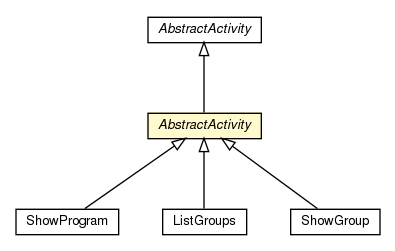
Above: apidocs/hu/sch/kfc/client/activity/AbstractActivity.png in messo/KFC (Graphviz), before the change. Its source is kept beside it as apidocs/hu/sch/kfc/client/activity/AbstractActivity.dot. Its diagram source:
```dot

digraph G {
	edge [fontname="Helvetica",fontsize=10,labelfontname="Helvetica",labelfontsize=10];
	node [fontname="Helvetica",fontsize=10,shape=plaintext];
	nodesep=0.25;
	ranksep=0.5;
	c1744 [label=<<table title="hu.sch.kfc.client.activity.ShowProgram" border="0" cellborder="1" cellspacing="0" cellpadding="2" port="p" href="./ShowProgram.html">
		<tr><td><table border="0" cellspacing="0" cellpadding="1">
<tr><td align="center" balign="center"> ShowProgram </td></tr>
		</table></td></tr>
		</table>>, URL="./ShowProgram.html", fontname="Helvetica", fontcolor="black", fontsize=10.0];
	c1745 [label=<<table title="hu.sch.kfc.client.activity.AbstractActivity" border="0" cellborder="1" cellspacing="0" cellpadding="2" port="p" bgcolor="lemonChiffon" href="./AbstractActivity.html">
		<tr><td><table border="0" cellspacing="0" cellpadding="1">
<tr><td align="center" balign="center"><font face="Helvetica-Oblique"> AbstractActivity </font></td></tr>
		</table></td></tr>
		</table>>, URL="./AbstractActivity.html", fontname="Helvetica", fontcolor="black", fontsize=10.0];
	c1748 [label=<<table title="hu.sch.kfc.client.activity.ListGroups" border="0" cellborder="1" cellspacing="0" cellpadding="2" port="p" href="./ListGroups.html">
		<tr><td><table border="0" cellspacing="0" cellpadding="1">
<tr><td align="center" balign="center"> ListGroups </td></tr>
		</table></td></tr>
		</table>>, URL="./ListGroups.html", fontname="Helvetica", fontcolor="black", fontsize=10.0];
	c1751 [label=<<table title="hu.sch.kfc.client.activity.ShowGroup" border="0" cellborder="1" cellspacing="0" cellpadding="2" port="p" href="./ShowGroup.html">
		<tr><td><table border="0" cellspacing="0" cellpadding="1">
<tr><td align="center" balign="center"> ShowGroup </td></tr>
		</table></td></tr>
		</table>>, URL="./ShowGroup.html", fontname="Helvetica", fontcolor="black", fontsize=10.0];
	c1745:p -> c1744:p [dir=back,arrowtail=empty];
	c1882:p -> c1745:p [dir=back,arrowtail=empty];
	c1745:p -> c1748:p [dir=back,arrowtail=empty];
	c1745:p -> c1751:p [dir=back,arrowtail=empty];
	c1882 [label=<<table title="com.google.gwt.activity.shared.AbstractActivity" border="0" cellborder="1" cellspacing="0" cellpadding="2" port="p" href="http://java.sun.com/j2se/1.4.2/docs/api/com/google/gwt/activity/shared/AbstractActivity.html">
		<tr><td><table border="0" cellspacing="0" cellpadding="1">
<tr><td align="center" balign="center"><font face="Helvetica-Oblique"> AbstractActivity </font></td></tr>
		</table></td></tr>
		</table>>, URL="http://java.sun.com/j2se/1.4.2/docs/api/com/google/gwt/activity/shared/AbstractActivity.html", fontname="Helvetica", fontcolor="black", fontsize=10.0];
}
```
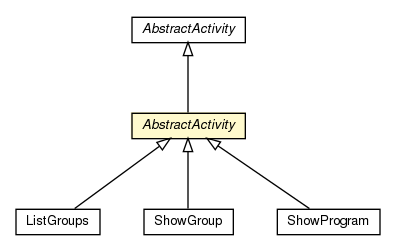
After the commit.

What changed in the source:
```diff
@@ -4,33 +4,33 @@
 	node [fontname="Helvetica",fontsize=10,shape=plaintext];
 	nodesep=0.25;
 	ranksep=0.5;
-	c1744 [label=<<table title="hu.sch.kfc.client.activity.ShowProgram" border="0" cellborder="1" cellspacing="0" cellpadding="2" port="p" href="./ShowProgram.html">
+	c1745 [label=<<table title="hu.sch.kfc.client.activity.ListGroups" border="0" cellborder="1" cellspacing="0" cellpadding="2" port="p" href="./ListGroups.html">
+		<tr><td><table border="0" cellspacing="0" cellpadding="1">
+<tr><td align="center" balign="center"> ListGroups </td></tr>
+		</table></td></tr>
+		</table>>, URL="./ListGroups.html", fontname="Helvetica", fontcolor="black", fontsize=10.0];
+	c1748 [label=<<table title="hu.sch.kfc.client.activity.ShowGroup" border="0" cellborder="1" cellspacing="0" cellpadding="2" port="p" href="./ShowGroup.html">
+		<tr><td><table border="0" cellspacing="0" cellpadding="1">
+<tr><td align="center" balign="center"> ShowGroup </td></tr>
+		</table></td></tr>
+		</table>>, URL="./ShowGroup.html", fontname="Helvetica", fontcolor="black", fontsize=10.0];
+	c1752 [label=<<table title="hu.sch.kfc.client.activity.AbstractActivity" border="0" cellborder="1" cellspacing="0" cellpadding="2" port="p" bgcolor="lemonChiffon" href="./AbstractActivity.html">
+		<tr><td><table border="0" cellspacing="0" cellpadding="1">
+<tr><td align="center" balign="center"><font face="Helvetica-Oblique"> AbstractActivity </font></td></tr>
+		</table></td></tr>
+		</table>>, URL="./AbstractActivity.html", fontname="Helvetica", fontcolor="black", fontsize=10.0];
+	c1754 [label=<<table title="hu.sch.kfc.client.activity.ShowProgram" border="0" cellborder="1" cellspacing="0" cellpadding="2" port="p" href="./ShowProgram.html">
 		<tr><td><table border="0" cellspacing="0" cellpadding="1">
 <tr><td align="center" balign="center"> ShowProgram </td></tr>
 		</table></td></tr>
 		</table>>, URL="./ShowProgram.html", fontname="Helvetica", fontcolor="black", fontsize=10.0];
-	c1745 [label=<<table title="hu.sch.kfc.client.activity.AbstractActivity" border="0" cellborder="1" cellspacing="0" cellpadding="2" port="p" bgcolor="lemonChiffon" href="./AbstractActivity.html">
+	c1752:p -> c1745:p [dir=back,arrowtail=empty];
+	c1752:p -> c1748:p [dir=back,arrowtail=empty];
+	c1882:p -> c1752:p [dir=back,arrowtail=empty];
+	c1752:p -> c1754:p [dir=back,arrowtail=empty];
+	c1882 [label=<<table title="com.google.gwt.activity.shared.AbstractActivity" border="0" cellborder="1" cellspacing="0" cellpadding="2" port="p">
 		<tr><td><table border="0" cellspacing="0" cellpadding="1">
 <tr><td align="center" balign="center"><font face="Helvetica-Oblique"> AbstractActivity </font></td></tr>
 		</table></td></tr>
-		</table>>, URL="./AbstractActivity.html", fontname="Helvetica", fontcolor="black", fontsize=10.0];
-	c1748 [label=<<table title="hu.sch.kfc.client.activity.ListGroups" border="0" cellborder="1" cellspacing="0" cellpadding="2" port="p" href="./ListGroups.html">
-		<tr><td><table border="0" cellspacing="0" cellpadding="1">
-<tr><td align="center" balign="center"> ListGroups </td></tr>
-		</table></td></tr>
-		</table>>, URL="./ListGroups.html", fontname="Helvetica", fontcolor="black", fontsize=10.0];
-	c1751 [label=<<table title="hu.sch.kfc.client.activity.ShowGroup" border="0" cellborder="1" cellspacing="0" cellpadding="2" port="p" href="./ShowGroup.html">
-		<tr><td><table border="0" cellspacing="0" cellpadding="1">
-<tr><td align="center" balign="center"> ShowGroup </td></tr>
-		</table></td></tr>
-		</table>>, URL="./ShowGroup.html", fontname="Helvetica", fontcolor="black", fontsize=10.0];
-	c1745:p -> c1744:p [dir=back,arrowtail=empty];
-	c1882:p -> c1745:p [dir=back,arrowtail=empty];
-	c1745:p -> c1748:p [dir=back,arrowtail=empty];
-	c1745:p -> c1751:p [dir=back,arrowtail=empty];
-	c1882 [label=<<table title="com.google.gwt.activity.shared.AbstractActivity" border="0" cellborder="1" cellspacing="0" cellpadding="2" port="p" href="http://java.sun.com/j2se/1.4.2/docs/api/com/google/gwt/activity/shared/AbstractActivity.html">
-		<tr><td><table border="0" cellspacing="0" cellpadding="1">
-<tr><td align="center" balign="center"><font face="Helvetica-Oblique"> AbstractActivity </font></td></tr>
-		</table></td></tr>
-		</table>>, URL="http://java.sun.com/j2se/1.4.2/docs/api/com/google/gwt/activity/shared/AbstractActivity.html", fontname="Helvetica", fontcolor="black", fontsize=10.0];
+		</table>>, URL="null", fontname="Helvetica", fontcolor="black", fontsize=10.0];
 }
```
